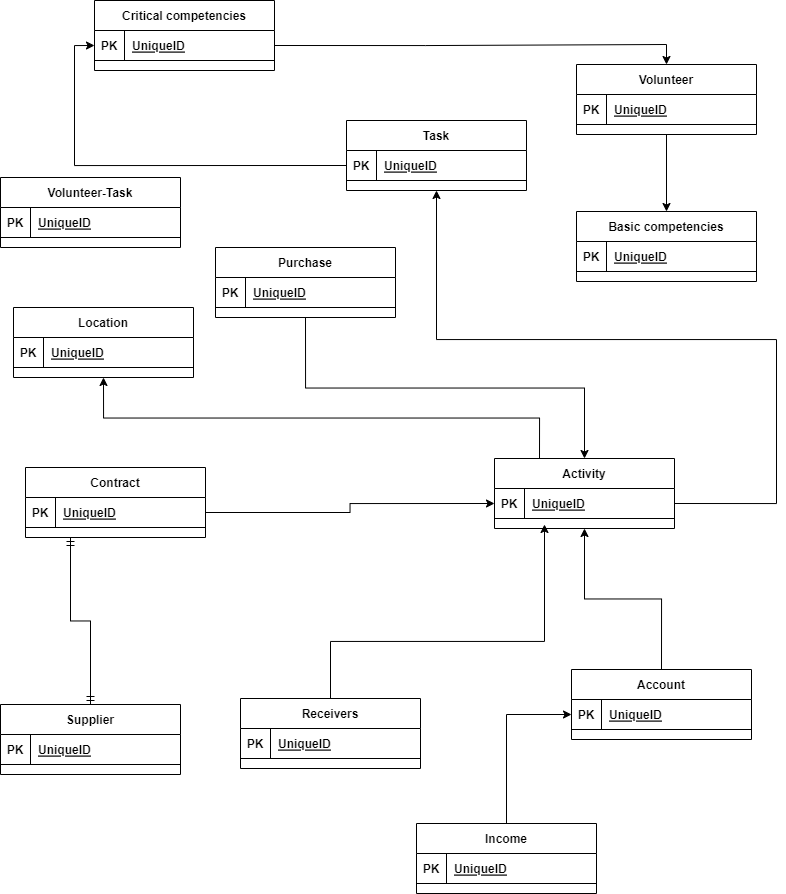
Above: ERD 2.0.png in C4ptainHook/Database-Coursework (draw.io), before the change. Source tidied: cells renumbered, new cells last; positions are measured from the earlier drawing's top-left corner, leaving out a move shared by most shapes.
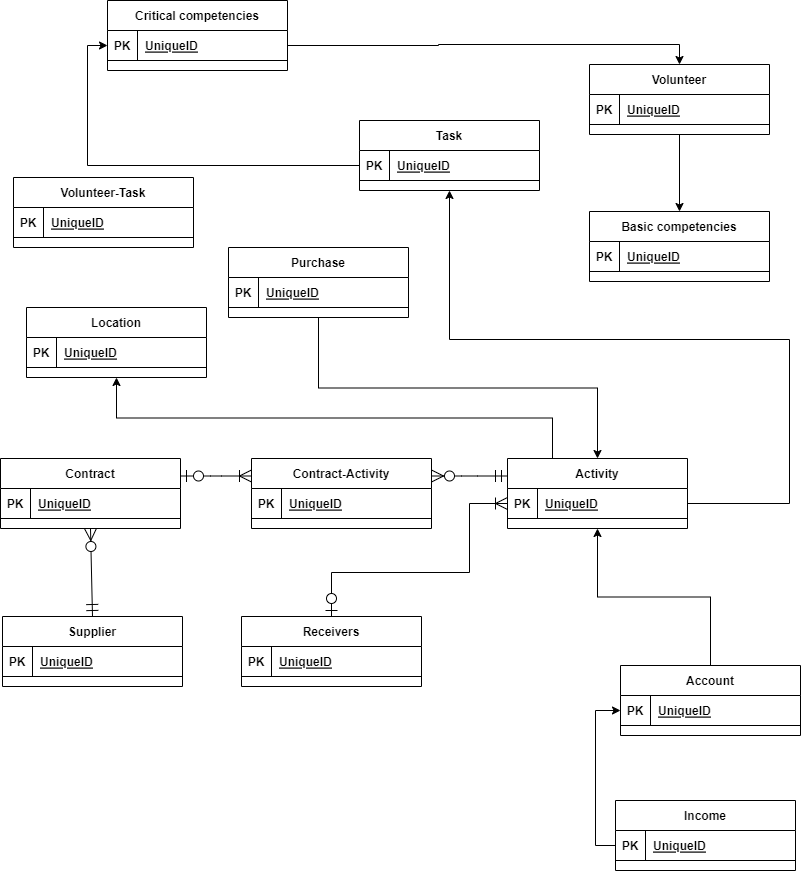
After the change.

Commit message:
ER with Contract-Activity

Diff of the diagram source:
```diff
@@ -3,7 +3,7 @@
     <mxCell id="0" />
     <mxCell id="1" parent="0" />
     <mxCell id="2" value="Supplier" style="shape=table;startSize=30;rowLines=0;fontStyle=1;align=center;" parent="1" vertex="1">
-      <mxGeometry y="704" width="180" height="70" as="geometry" />
+      <mxGeometry x="-11" y="616" width="180" height="70" as="geometry" />
     </mxCell>
     <mxCell id="3" style="shape=tableRow;horizontal=0;startSize=0;swimlaneHead=0;swimlaneBody=0;fillColor=none;top=0;left=0;right=0;bottom=1;" parent="2" vertex="1">
       <mxGeometry y="30" width="180" height="30" as="geometry" />
@@ -18,7 +18,7 @@
       <mxGeometry relative="1" as="geometry" />
     </mxCell>
     <mxCell id="7" value="Contract" style="shape=table;startSize=30;rowLines=0;fontStyle=1;align=center;" parent="1" vertex="1">
-      <mxGeometry x="25" y="467" width="180" height="70" as="geometry" />
+      <mxGeometry x="-13" y="458" width="180" height="70" as="geometry" />
     </mxCell>
     <mxCell id="8" style="shape=tableRow;horizontal=0;startSize=0;swimlaneHead=0;swimlaneBody=0;fillColor=none;points=[[0,0.5],[1,0.5]];portConstraint=eastwest;top=0;left=0;right=0;bottom=1;" parent="7" vertex="1">
       <mxGeometry y="30" width="180" height="30" as="geometry" />
@@ -69,7 +69,7 @@
       <mxGeometry x="30" width="150" height="30" as="geometry" />
     </mxCell>
     <mxCell id="24" value="Receivers" style="shape=table;startSize=30;rowLines=0;fontStyle=1;align=center;" parent="1" vertex="1">
-      <mxGeometry x="240" y="698" width="180" height="70" as="geometry" />
+      <mxGeometry x="228" y="616" width="180" height="70" as="geometry" />
     </mxCell>
     <mxCell id="25" style="shape=tableRow;horizontal=0;startSize=0;swimlaneHead=0;swimlaneBody=0;fillColor=none;top=0;left=0;right=0;bottom=1;" parent="24" vertex="1">
       <mxGeometry y="30" width="180" height="30" as="geometry" />
@@ -80,11 +80,11 @@
     <mxCell id="27" value="UniqueID" style="shape=partialRectangle;fillColor=none;top=0;left=0;bottom=0;right=0;align=left;spacingLeft=6;fontStyle=5;overflow=hidden;" parent="25" vertex="1">
       <mxGeometry x="30" width="150" height="30" as="geometry" />
     </mxCell>
-    <mxCell id="28" style="edgeStyle=orthogonalEdgeStyle;rounded=0;jettySize=auto;html=1;exitX=0.5;exitY=0;exitDx=0;exitDy=0;entryX=0;entryY=0.5;entryDx=0;entryDy=0;" parent="1" edge="1" source="29" target="40">
+    <mxCell id="28" style="edgeStyle=orthogonalEdgeStyle;rounded=0;jettySize=auto;html=1;exitX=0;exitY=0.5;exitDx=0;exitDy=0;entryX=0;entryY=0.5;entryDx=0;entryDy=0;" parent="1" edge="1" source="30" target="40">
       <mxGeometry relative="1" as="geometry" />
     </mxCell>
     <mxCell id="29" value="Income" style="shape=table;startSize=30;rowLines=0;fontStyle=1;align=center;" parent="1" vertex="1">
-      <mxGeometry x="416" y="823" width="180" height="70" as="geometry" />
+      <mxGeometry x="602" y="800" width="180" height="70" as="geometry" />
     </mxCell>
     <mxCell id="30" style="shape=tableRow;horizontal=0;startSize=0;swimlaneHead=0;swimlaneBody=0;fillColor=none;points=[[0,0.5],[1,0.5]];portConstraint=eastwest;top=0;left=0;right=0;bottom=1;" parent="29" vertex="1">
       <mxGeometry y="30" width="180" height="30" as="geometry" />
@@ -114,7 +114,7 @@
       <mxGeometry relative="1" as="geometry" />
     </mxCell>
     <mxCell id="39" value="Account" style="shape=table;startSize=30;rowLines=0;fontStyle=1;align=center;" parent="1" vertex="1">
-      <mxGeometry x="571" y="669" width="180" height="70" as="geometry" />
+      <mxGeometry x="607" y="665" width="180" height="70" as="geometry" />
     </mxCell>
     <mxCell id="40" style="shape=tableRow;horizontal=0;startSize=0;swimlaneHead=0;swimlaneBody=0;fillColor=none;points=[[0,0.5],[1,0.5]];portConstraint=eastwest;top=0;left=0;right=0;bottom=1;" parent="39" vertex="1">
       <mxGeometry y="30" width="180" height="30" as="geometry" />
@@ -164,15 +164,6 @@
     <mxCell id="55" value="UniqueID" style="shape=partialRectangle;fillColor=none;top=0;left=0;bottom=0;right=0;align=left;spacingLeft=6;fontStyle=5;overflow=hidden;" parent="53" vertex="1">
       <mxGeometry x="30" width="150" height="30" as="geometry" />
     </mxCell>
-    <mxCell id="56" style="edgeStyle=orthogonalEdgeStyle;rounded=0;jettySize=auto;html=1;exitX=0.5;exitY=0;exitDx=0;exitDy=0;" parent="1" edge="1" source="24">
-      <mxGeometry relative="1" as="geometry">
-        <mxPoint x="544" y="524" as="targetPoint" />
-        <Array as="points">
-          <mxPoint x="330" y="641" />
-          <mxPoint x="544" y="641" />
-        </Array>
-      </mxGeometry>
-    </mxCell>
     <mxCell id="57" style="edgeStyle=orthogonalEdgeStyle;rounded=0;jettySize=auto;html=1;exitX=1;exitY=0.5;exitDx=0;exitDy=0;entryX=0.5;entryY=1;entryDx=0;entryDy=0;" parent="1" edge="1" source="16" target="34">
       <mxGeometry relative="1" as="geometry">
         <Array as="points">
@@ -185,12 +176,6 @@
     <mxCell id="58" style="edgeStyle=orthogonalEdgeStyle;rounded=0;jettySize=auto;html=1;exitX=1;exitY=0.5;exitDx=0;exitDy=0;entryX=0.5;entryY=0;entryDx=0;entryDy=0;" parent="1" edge="1" source="53" target="44">
       <mxGeometry relative="1" as="geometry" />
     </mxCell>
-    <mxCell id="59" style="edgeStyle=orthogonalEdgeStyle;rounded=0;jettySize=auto;html=1;exitX=1;exitY=0.5;exitDx=0;exitDy=0;entryX=0;entryY=0.5;entryDx=0;entryDy=0;" parent="1" edge="1" source="8" target="16">
-      <mxGeometry relative="1" as="geometry" />
-    </mxCell>
-    <mxCell id="60" style="edgeStyle=orthogonalEdgeStyle;fontSize=12;html=1;endArrow=ERmandOne;startArrow=ERmandOne;rounded=0;exitX=0.5;exitY=0;exitDx=0;exitDy=0;entryX=0.25;entryY=1;entryDx=0;entryDy=0;" parent="1" edge="1" source="2" target="7">
-      <mxGeometry relative="1" as="geometry" />
-    </mxCell>
     <mxCell id="61" value="Volunteer-Task" style="shape=table;startSize=30;rowLines=0;fontStyle=1;align=center;" parent="1" vertex="1">
       <mxGeometry y="177" width="180" height="70" as="geometry" />
     </mxCell>
@@ -203,5 +188,35 @@
     <mxCell id="64" value="UniqueID" style="shape=partialRectangle;fillColor=none;top=0;left=0;bottom=0;right=0;align=left;spacingLeft=6;fontStyle=5;overflow=hidden;" parent="62" vertex="1">
       <mxGeometry x="30" width="150" height="30" as="geometry" />
     </mxCell>
+    <mxCell id="60" style="fontSize=12;html=1;endArrow=ERzeroToMany;startArrow=ERmandOne;rounded=0;startSize=10;endSize=10;exitX=0.5;exitY=0;exitDx=0;exitDy=0;entryX=0.5;entryY=1;entryDx=0;entryDy=0;" parent="1" edge="1" source="2" target="7">
+      <mxGeometry relative="1" as="geometry" />
+    </mxCell>
+    <mxCell id="65" value="Contract-Activity" style="shape=table;startSize=30;rowLines=0;fontStyle=1;align=center;" parent="1" vertex="1">
+      <mxGeometry x="238" y="458" width="180" height="70" as="geometry" />
+    </mxCell>
+    <mxCell id="66" style="shape=tableRow;horizontal=0;startSize=0;swimlaneHead=0;swimlaneBody=0;fillColor=none;top=0;left=0;right=0;bottom=1;" parent="65" vertex="1">
+      <mxGeometry y="30" width="180" height="30" as="geometry" />
+    </mxCell>
+    <mxCell id="67" value="PK" style="shape=partialRectangle;fillColor=none;top=0;left=0;bottom=0;right=0;fontStyle=1;overflow=hidden;" parent="66" vertex="1">
+      <mxGeometry width="30" height="30" as="geometry" />
+    </mxCell>
+    <mxCell id="68" value="UniqueID" style="shape=partialRectangle;fillColor=none;top=0;left=0;bottom=0;right=0;align=left;spacingLeft=6;fontStyle=5;overflow=hidden;" parent="66" vertex="1">
+      <mxGeometry x="30" width="150" height="30" as="geometry" />
+    </mxCell>
+    <mxCell id="69" style="edgeStyle=entityRelationEdgeStyle;fontSize=12;html=1;endArrow=ERoneToMany;startArrow=ERzeroToOne;rounded=0;startSize=10;endSize=10;exitX=1;exitY=0.25;exitDx=0;exitDy=0;entryX=0;entryY=0.25;entryDx=0;entryDy=0;" parent="1" edge="1" source="7" target="65">
+      <mxGeometry relative="1" as="geometry" />
+    </mxCell>
+    <mxCell id="70" style="edgeStyle=entityRelationEdgeStyle;fontSize=12;html=1;endArrow=ERzeroToMany;startArrow=ERmandOne;rounded=0;startSize=10;endSize=10;exitX=0;exitY=0.25;exitDx=0;exitDy=0;entryX=1;entryY=0.25;entryDx=0;entryDy=0;" parent="1" edge="1" source="15" target="65">
+      <mxGeometry relative="1" as="geometry" />
+    </mxCell>
+    <mxCell id="71" style="edgeStyle=orthogonalEdgeStyle;fontSize=12;html=1;endArrow=ERoneToMany;startArrow=ERzeroToOne;rounded=0;startSize=10;endSize=10;exitX=0.5;exitY=0;exitDx=0;exitDy=0;entryX=0;entryY=0.5;entryDx=0;entryDy=0;" parent="1" edge="1" source="24" target="16">
+      <mxGeometry relative="1" as="geometry">
+        <Array as="points">
+          <mxPoint x="318" y="572" />
+          <mxPoint x="456" y="572" />
+          <mxPoint x="456" y="503" />
+        </Array>
+      </mxGeometry>
+    </mxCell>
   </root>
 </mxGraphModel>
```
